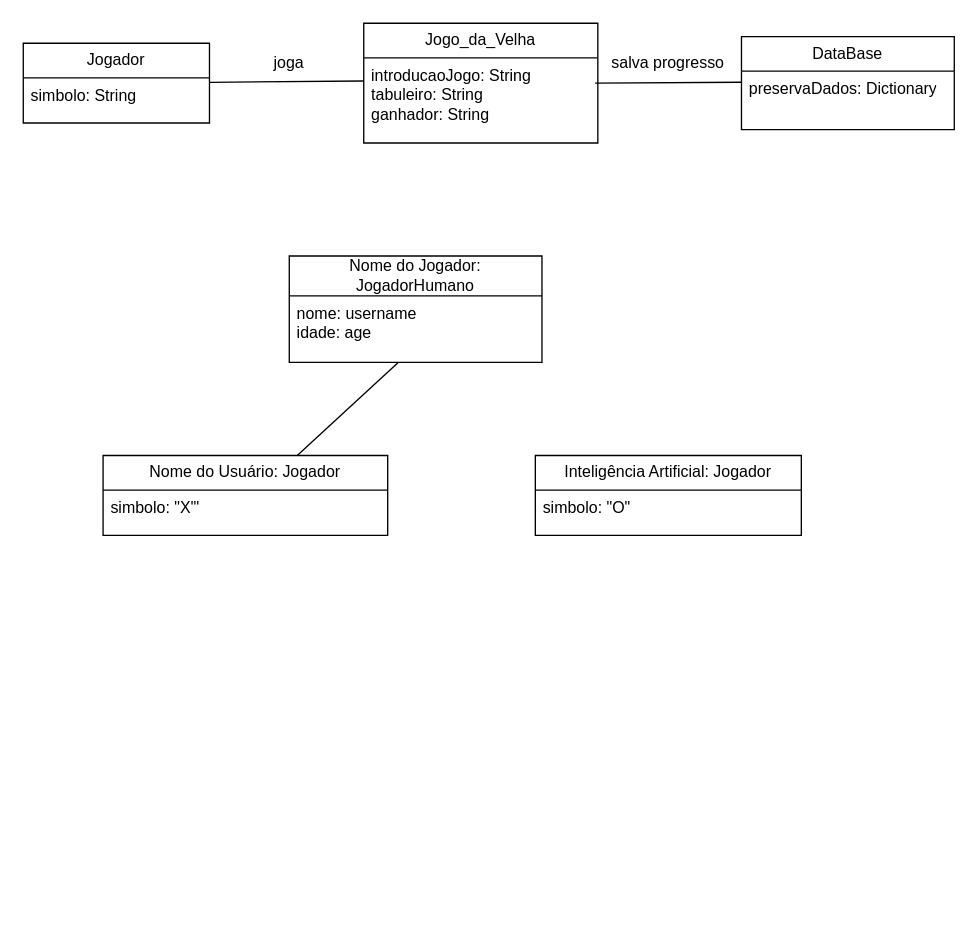
Above: mini_projeto_3/Projeto_3/diagrama_de_objetos.drawio in antonioscarvalho/Projetos-Orientados-a-Objetos (draw.io), before the change. Source tidied: cells renumbered, new cells numbered last; positions are measured from the earlier drawing's top-left corner, leaving out a move shared by most shapes. Both pictures are drawn from the tidied source at 133%, with x=0, y=0 at pixel (23, 23).
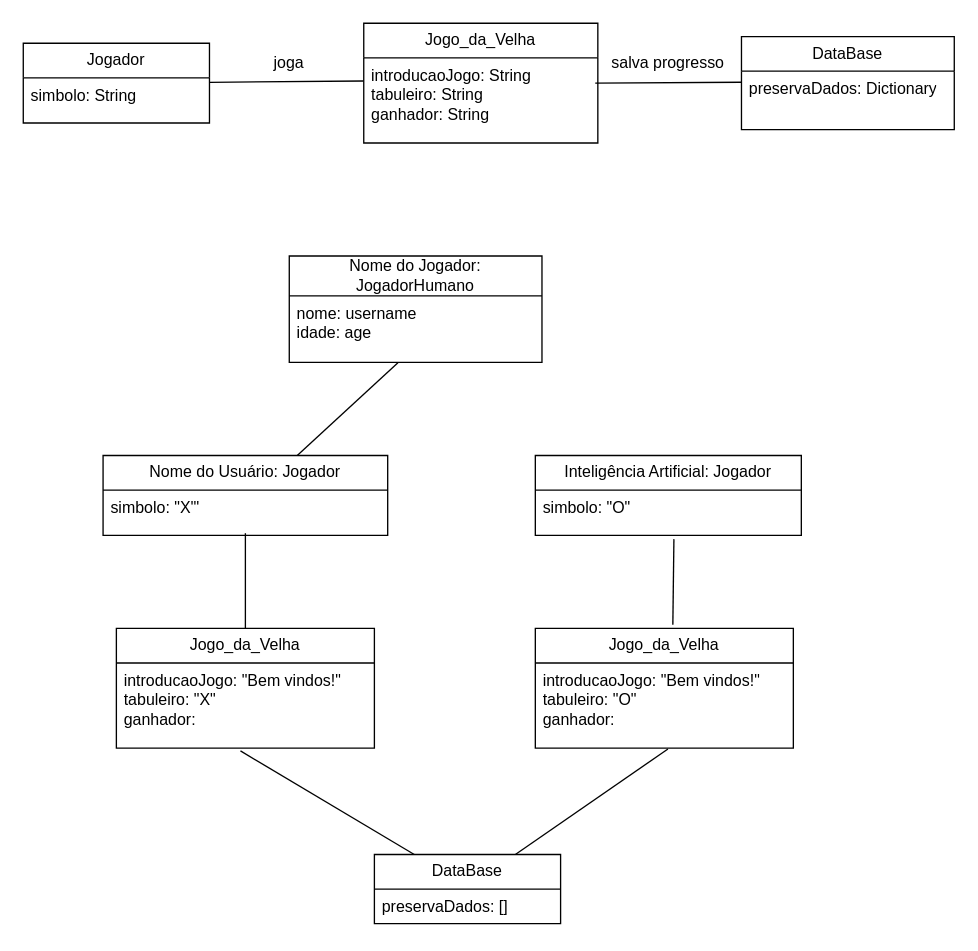
The same page after the edit.

Unchanged cells that the change refers to:
```xml
<mxCell id="3" value="simbolo: &quot;O&quot;" style="text;strokeColor=none;fillColor=none;align=left;verticalAlign=top;spacingLeft=4;spacingRight=4;overflow=hidden;points=[[0,0.5],[1,0.5]];portConstraint=eastwest;whiteSpace=wrap;html=1;" parent="2" vertex="1">
  <mxGeometry y="26" width="200" height="34" as="geometry" />
</mxCell>
<mxCell id="5" value="simbolo: &quot;X'&quot;" style="text;strokeColor=none;fillColor=none;align=left;verticalAlign=top;spacingLeft=4;spacingRight=4;overflow=hidden;points=[[0,0.5],[1,0.5]];portConstraint=eastwest;whiteSpace=wrap;html=1;" parent="4" vertex="1">
  <mxGeometry y="26" width="214" height="34" as="geometry" />
</mxCell>
```

What changed in the source:
```diff
@@
+    <mxCell id="19" value="Jogo_da_Velha" style="swimlane;fontStyle=0;horizontal=1;startSize=26;fillColor=none;whiteSpace=wrap;html=1;" parent="1" vertex="1">
+      <mxGeometry x="70" y="455" width="194" height="90" as="geometry" />
+    </mxCell>
+    <mxCell id="20" value="introducaoJogo: &quot;Bem vindos!&quot;&lt;br style=&quot;border-color: var(--border-color);&quot;&gt;tabuleiro: &quot;X&quot;&lt;br style=&quot;border-color: var(--border-color);&quot;&gt;ganhador:&amp;nbsp;" style="text;strokeColor=none;fillColor=none;align=left;verticalAlign=top;spacingLeft=4;spacingRight=4;overflow=hidden;points=[[0,0.5],[1,0.5]];portConstraint=eastwest;whiteSpace=wrap;html=1;" parent="19" vertex="1">
+      <mxGeometry y="26" width="194" height="64" as="geometry" />
+    </mxCell>
+    <mxCell id="21" style="endArrow=none;html=1;rounded=0;entryX=0.5;entryY=0.953;entryDx=0;entryDy=0;entryPerimeter=0;exitX=0.5;exitY=0;exitDx=0;exitDy=0;" parent="1" edge="1" source="19" target="5">
+      <mxGeometry relative="1" as="geometry" />
+    </mxCell>
+    <mxCell id="22" value="Jogo_da_Velha" style="swimlane;fontStyle=0;horizontal=1;startSize=26;fillColor=none;whiteSpace=wrap;html=1;" parent="1" vertex="1">
+      <mxGeometry x="385" y="455" width="194" height="90" as="geometry" />
+    </mxCell>
+    <mxCell id="23" value="introducaoJogo: &quot;Bem vindos!&quot;&lt;br style=&quot;border-color: var(--border-color);&quot;&gt;tabuleiro: &quot;O&quot;&lt;br style=&quot;border-color: var(--border-color);&quot;&gt;ganhador:&amp;nbsp;" style="text;strokeColor=none;fillColor=none;align=left;verticalAlign=top;spacingLeft=4;spacingRight=4;overflow=hidden;points=[[0,0.5],[1,0.5]];portConstraint=eastwest;whiteSpace=wrap;html=1;" parent="22" vertex="1">
+      <mxGeometry y="26" width="194" height="64" as="geometry" />
+    </mxCell>
+    <mxCell id="24" style="endArrow=none;html=1;rounded=0;entryX=0.521;entryY=1.084;entryDx=0;entryDy=0;entryPerimeter=0;exitX=0.533;exitY=-0.03;exitDx=0;exitDy=0;exitPerimeter=0;" parent="1" edge="1" source="22" target="3">
+      <mxGeometry relative="1" as="geometry" />
+    </mxCell>
+    <mxCell id="25" value="DataBase" style="swimlane;fontStyle=0;horizontal=1;startSize=26;fillColor=none;whiteSpace=wrap;html=1;" parent="1" vertex="1">
+      <mxGeometry x="264" y="625" width="140" height="52" as="geometry" />
+    </mxCell>
+    <mxCell id="26" value="preservaDados: []" style="text;strokeColor=none;fillColor=none;align=left;verticalAlign=top;spacingLeft=4;spacingRight=4;overflow=hidden;whiteSpace=wrap;html=1;" parent="25" vertex="1">
+      <mxGeometry y="26" width="140" height="26" as="geometry" />
+    </mxCell>
+    <mxCell id="27" style="endArrow=none;html=1;rounded=0;entryX=0.514;entryY=1.01;entryDx=0;entryDy=0;entryPerimeter=0;" parent="1" edge="1" target="23">
+      <mxGeometry relative="1" as="geometry">
+        <mxPoint x="370" y="625" as="sourcePoint" />
+      </mxGeometry>
+    </mxCell>
+    <mxCell id="28" style="endArrow=none;html=1;rounded=0;entryX=0.481;entryY=1.033;entryDx=0;entryDy=0;entryPerimeter=0;" parent="1" edge="1" target="20">
+      <mxGeometry relative="1" as="geometry">
+        <mxPoint x="294" y="625" as="sourcePoint" />
+      </mxGeometry>
+    </mxCell>
```
